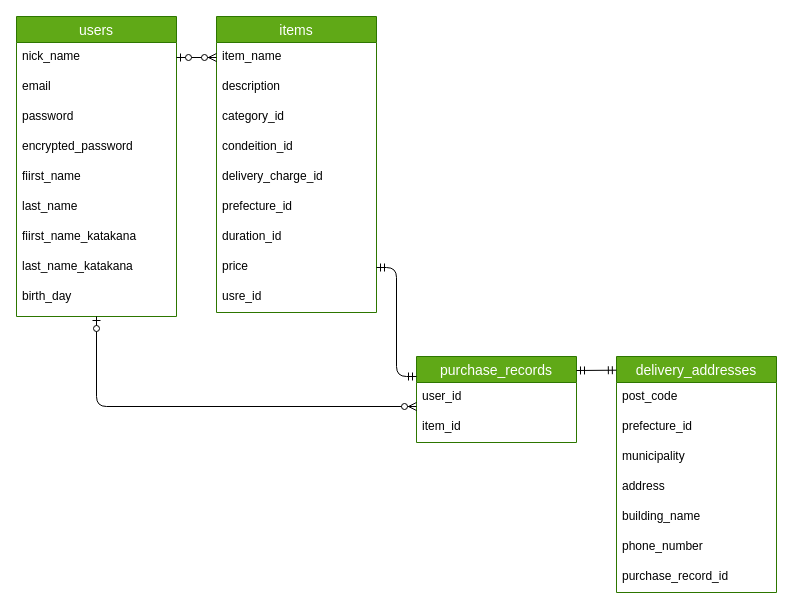
The draw.io diagram er.dio in nameko710/furima-38718, before the edit. Source tidied: cells renumbered, new cells numbered last; positions are measured from the earlier drawing's top-left corner, leaving out a move shared by most shapes. Both pictures are drawn from the tidied source at 100%, with x=0, y=0 at pixel (16, 16).
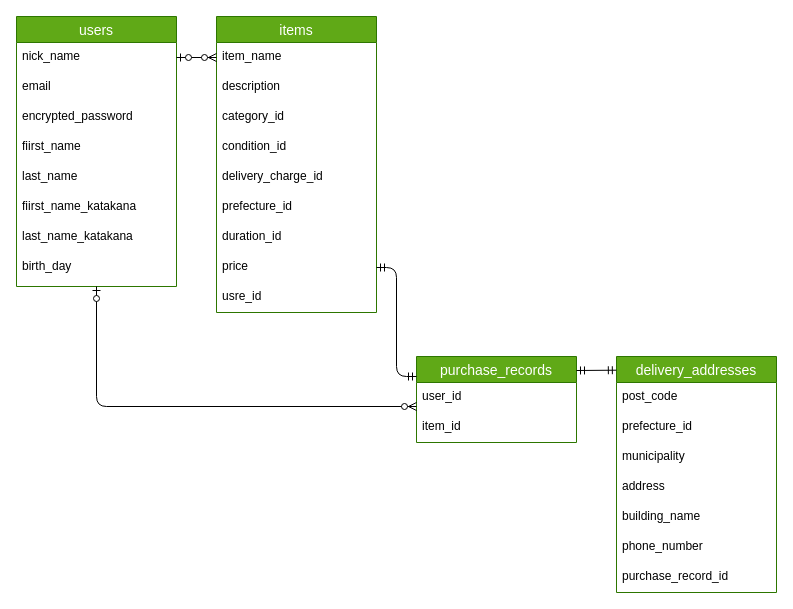
After the change.

Unchanged cells that the change refers to:
```xml
<mxCell id="12" value="items" style="swimlane;fontStyle=0;horizontal=1;startSize=26;align=center;fontSize=14;fillColor=#60a917;fontColor=#ffffff;strokeColor=#2D7600;" parent="1" vertex="1">
  <mxGeometry x="200" width="160" height="296" as="geometry" />
</mxCell>
```

Diff of the diagram source:
```diff
@@
     <mxCell id="2" value="users" style="swimlane;fontStyle=0;horizontal=1;startSize=26;align=center;fontSize=14;fillColor=#60a917;fontColor=#ffffff;strokeColor=#2D7600;" parent="1" vertex="1">
-      <mxGeometry width="160" height="300" as="geometry" />
+      <mxGeometry width="160" height="270" as="geometry" />
     </mxCell>
@@
-    <mxCell id="5" value="password" style="text;strokeColor=none;fillColor=none;spacingLeft=4;spacingRight=4;overflow=hidden;fontSize=12;" parent="2" vertex="1">
-      <mxGeometry y="86" width="160" height="30" as="geometry" />
-    </mxCell>
     <mxCell id="6" value="encrypted_password" style="text;strokeColor=none;fillColor=none;spacingLeft=4;spacingRight=4;overflow=hidden;fontSize=12;" parent="2" vertex="1">
-      <mxGeometry y="116" width="160" height="30" as="geometry" />
+      <mxGeometry y="86" width="160" height="30" as="geometry" />
     </mxCell>
     <mxCell id="7" value="fiirst_name" style="text;strokeColor=none;fillColor=none;spacingLeft=4;spacingRight=4;overflow=hidden;fontSize=12;" parent="2" vertex="1">
-      <mxGeometry y="146" width="160" height="30" as="geometry" />
+      <mxGeometry y="116" width="160" height="30" as="geometry" />
     </mxCell>
     <mxCell id="8" value="last_name" style="text;strokeColor=none;fillColor=none;spacingLeft=4;spacingRight=4;overflow=hidden;fontSize=12;" parent="2" vertex="1">
-      <mxGeometry y="176" width="160" height="30" as="geometry" />
+      <mxGeometry y="146" width="160" height="30" as="geometry" />
     </mxCell>
     <mxCell id="9" value="fiirst_name_katakana" style="text;strokeColor=none;fillColor=none;spacingLeft=4;spacingRight=4;overflow=hidden;fontSize=12;" parent="2" vertex="1">
-      <mxGeometry y="206" width="160" height="30" as="geometry" />
+      <mxGeometry y="176" width="160" height="30" as="geometry" />
     </mxCell>
     <mxCell id="10" value="last_name_katakana" style="text;strokeColor=none;fillColor=none;spacingLeft=4;spacingRight=4;overflow=hidden;fontSize=12;" parent="2" vertex="1">
-      <mxGeometry y="236" width="160" height="30" as="geometry" />
+      <mxGeometry y="206" width="160" height="30" as="geometry" />
     </mxCell>
     <mxCell id="11" value="birth_day" style="text;strokeColor=none;fillColor=none;spacingLeft=4;spacingRight=4;overflow=hidden;points=[[0,0.5],[1,0.5]];portConstraint=eastwest;fontSize=12;" parent="2" vertex="1">
-      <mxGeometry y="266" width="160" height="34" as="geometry" />
+      <mxGeometry y="236" width="160" height="34" as="geometry" />
     </mxCell>
@@
-    <mxCell id="16" value="condeition_id" style="text;strokeColor=none;fillColor=none;spacingLeft=4;spacingRight=4;overflow=hidden;fontSize=12;" parent="12" vertex="1">
+    <mxCell id="16" value="condition_id" style="text;strokeColor=none;fillColor=none;spacingLeft=4;spacingRight=4;overflow=hidden;fontSize=12;" parent="12" vertex="1">
       <mxGeometry y="116" width="160" height="30" as="geometry" />
     </mxCell>
```
